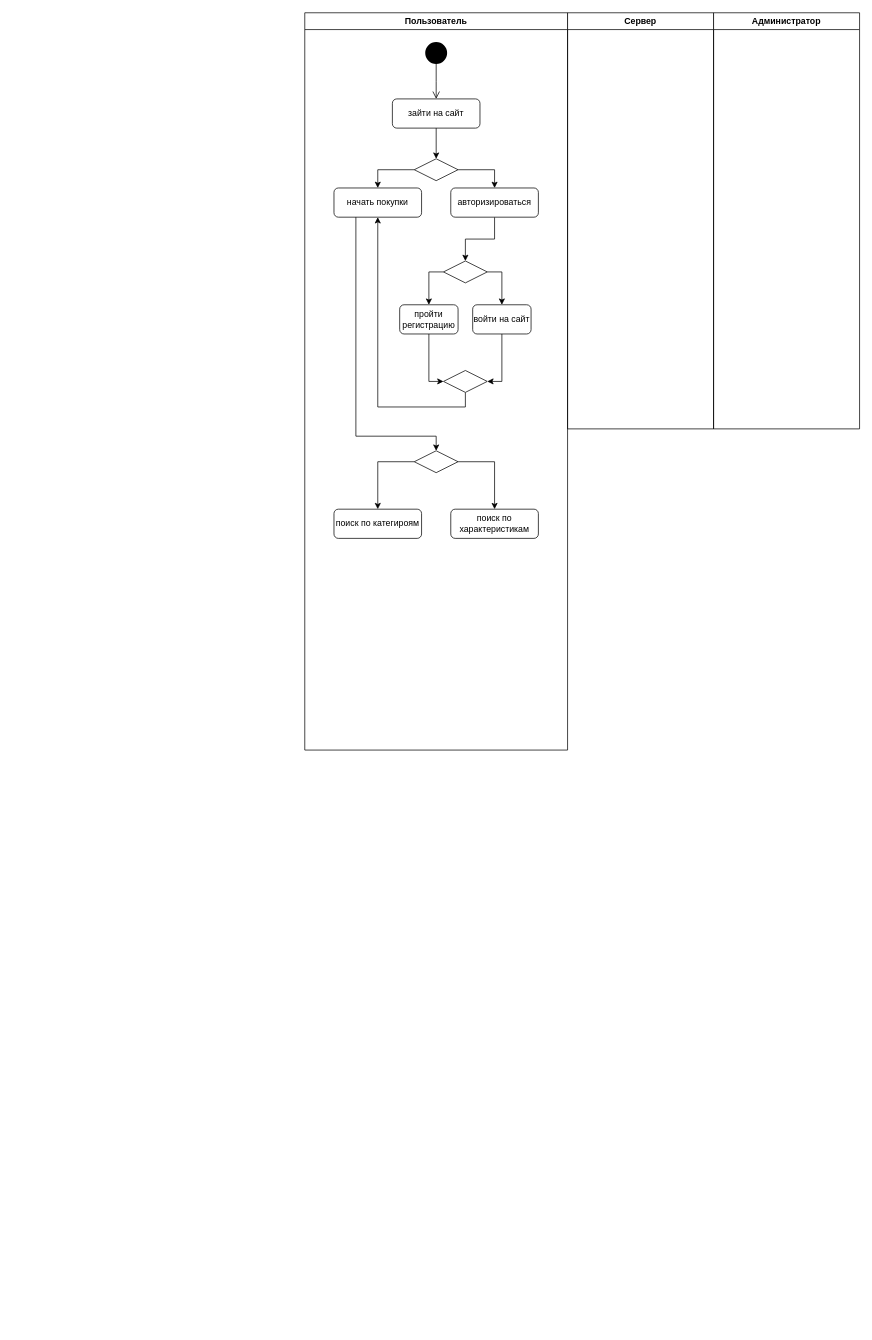
The draw.io diagram activity.drawio in randomunrandom/MSS, before the edit. Source tidied: cells renumbered, new cells numbered last; positions are measured from the earlier drawing's top-left corner, leaving out a move shared by most shapes. Both pictures are drawn from the tidied source at 73%, with x=0, y=0 at pixel (304, 12).
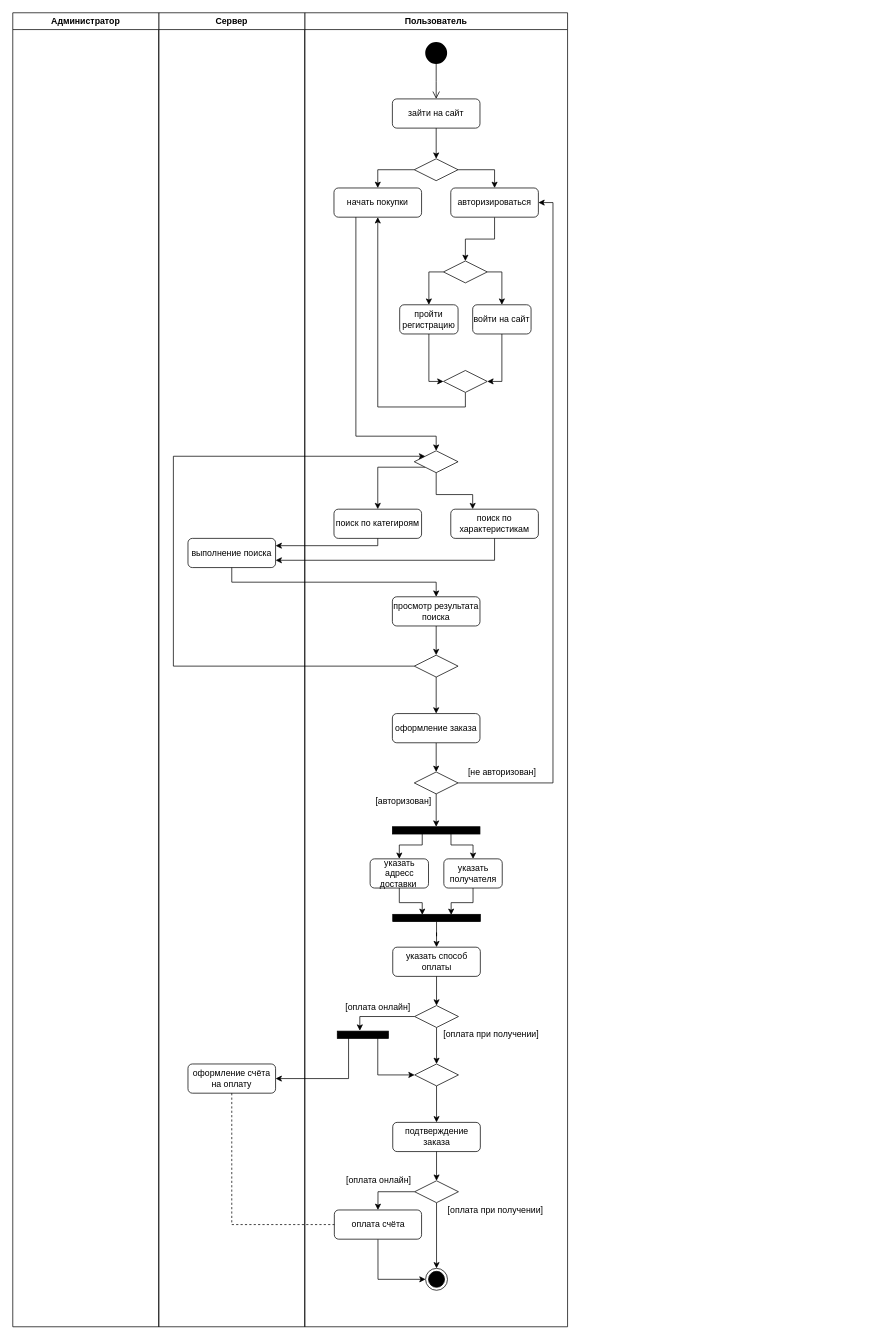
The same page after the edit.

Unchanged cells that the change refers to:
```xml
<mxCell id="11" value="авторизироваться" style="rounded=1;whiteSpace=wrap;html=1;fontFamily=Helvetica;fontSize=12;fontColor=#000000;align=center;strokeColor=#000000;fillColor=#ffffff;" parent="2" vertex="1">
  <mxGeometry x="200" y="240" width="120" height="40" as="geometry" />
</mxCell>
<mxCell id="23" style="rhombus;whiteSpace=wrap;html=1;strokeColor=#000000;strokeWidth=1;fillColor=#FFFFFF;" parent="2" vertex="1">
  <mxGeometry x="150" y="600" width="60" height="30" as="geometry" />
</mxCell>
<mxCell id="25" value="поиск по категироям" style="rounded=1;whiteSpace=wrap;html=1;fontFamily=Helvetica;fontSize=12;fontColor=#000000;align=center;strokeColor=#000000;fillColor=#ffffff;" parent="2" vertex="1">
  <mxGeometry x="40" y="680" width="120" height="40" as="geometry" />
</mxCell>
<mxCell id="26" value="поиск по&lt;br&gt;характеристикам" style="rounded=1;whiteSpace=wrap;html=1;fontFamily=Helvetica;fontSize=12;fontColor=#000000;align=center;strokeColor=#000000;fillColor=#ffffff;" parent="2" vertex="1">
  <mxGeometry x="200" y="680" width="120" height="40" as="geometry" />
</mxCell>
```

Diff of the diagram source:
```diff
@@
     <mxCell id="2" value="Пользователь" style="swimlane;whiteSpace=wrap;" parent="1" vertex="1">
-      <mxGeometry width="360" height="1010" as="geometry" />
+      <mxGeometry width="360" height="1800" as="geometry" />
     </mxCell>
@@
-    <mxCell id="21" style="edgeStyle=orthogonalEdgeStyle;rounded=0;jettySize=auto;html=1;exitX=1;exitY=0.5;exitDx=0;exitDy=0;entryX=0.5;entryY=0;entryDx=0;entryDy=0;strokeColor=#000000;" parent="2" edge="1" source="23" target="26">
-      <mxGeometry relative="1" as="geometry" />
+    <mxCell id="21" style="edgeStyle=orthogonalEdgeStyle;rounded=0;jettySize=auto;html=1;exitX=0.5;exitY=1;exitDx=0;exitDy=0;entryX=0.25;entryY=0;entryDx=0;entryDy=0;strokeColor=#000000;" parent="2" edge="1" source="23" target="26">
+      <mxGeometry relative="1" as="geometry">
+        <Array as="points">
+          <mxPoint x="180" y="660" />
+          <mxPoint x="230" y="660" />
+        </Array>
+      </mxGeometry>
     </mxCell>
-    <mxCell id="22" style="edgeStyle=orthogonalEdgeStyle;rounded=0;jettySize=auto;html=1;exitX=0;exitY=0.5;exitDx=0;exitDy=0;entryX=0.5;entryY=0;entryDx=0;entryDy=0;strokeColor=#000000;" parent="2" edge="1" source="23" target="25">
-      <mxGeometry relative="1" as="geometry" />
+    <mxCell id="22" style="edgeStyle=orthogonalEdgeStyle;rounded=0;jettySize=auto;html=1;exitX=0;exitY=1;exitDx=0;exitDy=0;entryX=0.5;entryY=0;entryDx=0;entryDy=0;strokeColor=#000000;" parent="2" edge="1" source="23" target="25">
+      <mxGeometry relative="1" as="geometry">
+        <Array as="points">
+          <mxPoint x="100" y="623" />
+        </Array>
+      </mxGeometry>
     </mxCell>
@@
+    <mxCell id="30" style="edgeStyle=orthogonalEdgeStyle;rounded=0;jettySize=auto;html=1;strokeColor=#000000;entryX=0.5;entryY=0;entryDx=0;entryDy=0;" parent="2" edge="1" source="31" target="33">
+      <mxGeometry relative="1" as="geometry" />
+    </mxCell>
+    <mxCell id="31" value="просмотр результата поиска" style="rounded=1;whiteSpace=wrap;html=1;fontFamily=Helvetica;fontSize=12;fontColor=#000000;align=center;strokeColor=#000000;fillColor=#ffffff;" parent="2" vertex="1">
+      <mxGeometry x="120" y="800" width="120" height="40" as="geometry" />
+    </mxCell>
+    <mxCell id="32" style="edgeStyle=orthogonalEdgeStyle;rounded=0;jettySize=auto;html=1;exitX=0;exitY=0.5;exitDx=0;exitDy=0;entryX=0;entryY=0;entryDx=0;entryDy=0;strokeColor=#000000;" parent="2" edge="1" source="33" target="23">
+      <mxGeometry relative="1" as="geometry">
+        <Array as="points">
+          <mxPoint x="-180" y="895" />
+          <mxPoint x="-180" y="608" />
+        </Array>
+      </mxGeometry>
+    </mxCell>
+    <mxCell id="33" style="rhombus;whiteSpace=wrap;html=1;strokeColor=#000000;strokeWidth=1;fillColor=#FFFFFF;" parent="2" vertex="1">
+      <mxGeometry x="150" y="880" width="60" height="30" as="geometry" />
+    </mxCell>
+    <mxCell id="34" style="edgeStyle=orthogonalEdgeStyle;rounded=0;jettySize=auto;html=1;strokeColor=#000000;exitX=0.5;exitY=1;exitDx=0;exitDy=0;" parent="2" edge="1" source="48" target="38">
+      <mxGeometry relative="1" as="geometry" />
+    </mxCell>
+    <mxCell id="35" style="edgeStyle=orthogonalEdgeStyle;rounded=0;jettySize=auto;html=1;exitX=0.5;exitY=1;exitDx=0;exitDy=0;entryX=0.5;entryY=0;entryDx=0;entryDy=0;strokeColor=#000000;" parent="2" edge="1" source="36" target="48">
+      <mxGeometry relative="1" as="geometry" />
+    </mxCell>
+    <mxCell id="36" value="оформление заказа" style="rounded=1;whiteSpace=wrap;html=1;fontFamily=Helvetica;fontSize=12;fontColor=#000000;align=center;strokeColor=#000000;fillColor=#ffffff;" parent="2" vertex="1">
+      <mxGeometry x="120" y="960" width="120" height="40" as="geometry" />
+    </mxCell>
+    <mxCell id="37" style="edgeStyle=orthogonalEdgeStyle;rounded=0;jettySize=auto;html=1;strokeColor=#000000;" parent="2" edge="1" source="33" target="36">
+      <mxGeometry relative="1" as="geometry" />
+    </mxCell>
+    <mxCell id="38" style="html=1;points=[];perimeter=orthogonalPerimeter;strokeColor=#000000;strokeWidth=1;fillColor=#000000;rotation=90;" parent="2" vertex="1">
+      <mxGeometry x="175" y="1060" width="10" height="120" as="geometry" />
+    </mxCell>
+    <mxCell id="39" style="edgeStyle=orthogonalEdgeStyle;rounded=0;jettySize=auto;html=1;strokeColor=#000000;entryX=0.5;entryY=0;entryDx=0;entryDy=0;" parent="2" edge="1" source="47" target="40">
+      <mxGeometry relative="1" as="geometry" />
+    </mxCell>
+    <mxCell id="40" value="указать способ оплаты" style="rounded=1;whiteSpace=wrap;html=1;fontFamily=Helvetica;fontSize=12;fontColor=#000000;align=center;strokeColor=#000000;fillColor=#ffffff;" parent="2" vertex="1">
+      <mxGeometry x="120.5" y="1280" width="120" height="40" as="geometry" />
+    </mxCell>
+    <mxCell id="41" style="edgeStyle=orthogonalEdgeStyle;rounded=0;jettySize=auto;html=1;exitX=0.5;exitY=1;exitDx=0;exitDy=0;entryX=0.08;entryY=0.663;entryDx=0;entryDy=0;entryPerimeter=0;strokeColor=#000000;" parent="2" edge="1" source="42" target="47">
+      <mxGeometry relative="1" as="geometry" />
+    </mxCell>
+    <mxCell id="42" value="указать адресс доставки&amp;nbsp;" style="rounded=1;whiteSpace=wrap;html=1;fontFamily=Helvetica;fontSize=12;fontColor=#000000;align=center;strokeColor=#000000;fillColor=#ffffff;" parent="2" vertex="1">
+      <mxGeometry x="89.5" y="1159" width="80" height="40" as="geometry" />
+    </mxCell>
+    <mxCell id="43" style="edgeStyle=orthogonalEdgeStyle;rounded=0;jettySize=auto;html=1;exitX=0.5;exitY=1;exitDx=0;exitDy=0;strokeColor=#000000;entryX=0.08;entryY=0.333;entryDx=0;entryDy=0;entryPerimeter=0;" parent="2" edge="1" source="44" target="47">
+      <mxGeometry relative="1" as="geometry" />
+    </mxCell>
+    <mxCell id="44" value="указать получателя" style="rounded=1;whiteSpace=wrap;html=1;fontFamily=Helvetica;fontSize=12;fontColor=#000000;align=center;strokeColor=#000000;fillColor=#ffffff;" parent="2" vertex="1">
+      <mxGeometry x="190.5" y="1159" width="80" height="40" as="geometry" />
+    </mxCell>
+    <mxCell id="45" style="edgeStyle=orthogonalEdgeStyle;rounded=0;jettySize=auto;html=1;exitX=0.838;exitY=0.659;exitDx=0;exitDy=0;strokeColor=#000000;entryX=0.5;entryY=0;entryDx=0;entryDy=0;exitPerimeter=0;" parent="2" edge="1" source="38" target="42">
+      <mxGeometry relative="1" as="geometry">
+        <Array as="points">
+          <mxPoint x="161.5" y="1140" />
+          <mxPoint x="129.5" y="1140" />
+        </Array>
+      </mxGeometry>
+    </mxCell>
+    <mxCell id="46" style="edgeStyle=orthogonalEdgeStyle;rounded=0;jettySize=auto;html=1;exitX=0.941;exitY=0.331;exitDx=0;exitDy=0;strokeColor=#000000;entryX=0.5;entryY=0;entryDx=0;entryDy=0;exitPerimeter=0;" parent="2" edge="1" source="38" target="44">
+      <mxGeometry relative="1" as="geometry">
+        <Array as="points">
+          <mxPoint x="200.5" y="1140" />
+          <mxPoint x="230.5" y="1140" />
+        </Array>
+      </mxGeometry>
+    </mxCell>
+    <mxCell id="47" style="html=1;points=[];perimeter=orthogonalPerimeter;strokeColor=#000000;strokeWidth=1;fillColor=#000000;rotation=90;" parent="2" vertex="1">
+      <mxGeometry x="175.5" y="1180" width="10" height="120" as="geometry" />
+    </mxCell>
+    <mxCell id="48" style="rhombus;whiteSpace=wrap;html=1;strokeColor=#000000;strokeWidth=1;fillColor=#FFFFFF;" parent="2" vertex="1">
+      <mxGeometry x="150" y="1040" width="60" height="30" as="geometry" />
+    </mxCell>
+    <mxCell id="49" style="edgeStyle=orthogonalEdgeStyle;rounded=0;jettySize=auto;html=1;exitX=1;exitY=0.5;exitDx=0;exitDy=0;strokeColor=#000000;entryX=1;entryY=0.5;entryDx=0;entryDy=0;" parent="2" edge="1" source="48" target="11">
+      <mxGeometry relative="1" as="geometry" />
+    </mxCell>
+    <mxCell id="50" value="[не авторизован]" style="text;html=1;align=center;verticalAlign=middle;" parent="2" vertex="1">
+      <mxGeometry x="215" y="1030" width="110" height="20" as="geometry" />
+    </mxCell>
+    <mxCell id="51" value="[авторизован]" style="text;html=1;align=center;verticalAlign=middle;" parent="2" vertex="1">
+      <mxGeometry x="89.5" y="1070" width="90" height="20" as="geometry" />
+    </mxCell>
+    <mxCell id="52" value="[оплата онлайн]" style="text;html=1;align=center;verticalAlign=middle;" parent="2" vertex="1">
+      <mxGeometry x="50" y="1352" width="100" height="20" as="geometry" />
+    </mxCell>
+    <mxCell id="53" value="[оплата при получении]" style="text;html=1;align=center;verticalAlign=middle;" parent="2" vertex="1">
+      <mxGeometry x="179.5" y="1390" width="150" height="20" as="geometry" />
+    </mxCell>
+    <mxCell id="54" style="edgeStyle=orthogonalEdgeStyle;rounded=0;jettySize=auto;html=1;strokeColor=#000000;entryX=0;entryY=0.5;entryDx=0;entryDy=0;" parent="2" edge="1" source="55" target="58">
+      <mxGeometry relative="1" as="geometry">
+        <Array as="points">
+          <mxPoint x="100" y="1400" />
+          <mxPoint x="100" y="1455" />
+        </Array>
+      </mxGeometry>
+    </mxCell>
+    <mxCell id="55" style="html=1;points=[];perimeter=orthogonalPerimeter;strokeColor=#000000;strokeWidth=1;fillColor=#000000;rotation=90;" parent="2" vertex="1">
+      <mxGeometry x="74.5" y="1365" width="10" height="70" as="geometry" />
+    </mxCell>
+    <mxCell id="56" value="подтверждение заказа" style="rounded=1;whiteSpace=wrap;html=1;fontFamily=Helvetica;fontSize=12;fontColor=#000000;align=center;strokeColor=#000000;fillColor=#ffffff;" parent="2" vertex="1">
+      <mxGeometry x="120.5" y="1520" width="120" height="40" as="geometry" />
+    </mxCell>
+    <mxCell id="57" style="edgeStyle=orthogonalEdgeStyle;rounded=0;jettySize=auto;html=1;exitX=0.5;exitY=1;exitDx=0;exitDy=0;entryX=0.5;entryY=0;entryDx=0;entryDy=0;strokeColor=#000000;" parent="2" edge="1" source="58" target="56">
+      <mxGeometry relative="1" as="geometry" />
+    </mxCell>
+    <mxCell id="58" style="rhombus;whiteSpace=wrap;html=1;strokeColor=#000000;strokeWidth=1;fillColor=#FFFFFF;" parent="2" vertex="1">
+      <mxGeometry x="150.5" y="1440" width="60" height="30" as="geometry" />
+    </mxCell>
+    <mxCell id="59" style="edgeStyle=orthogonalEdgeStyle;rounded=0;jettySize=auto;html=1;strokeColor=#000000;entryX=0.5;entryY=0;entryDx=0;entryDy=0;exitX=0;exitY=0.5;exitDx=0;exitDy=0;" parent="2" edge="1" source="61" target="66">
+      <mxGeometry relative="1" as="geometry" />
+    </mxCell>
+    <mxCell id="60" style="edgeStyle=orthogonalEdgeStyle;rounded=0;jettySize=auto;html=1;strokeColor=#000000;entryX=0.5;entryY=0;entryDx=0;entryDy=0;" parent="2" edge="1" source="61" target="67">
+      <mxGeometry relative="1" as="geometry" />
+    </mxCell>
+    <mxCell id="61" style="rhombus;whiteSpace=wrap;html=1;strokeColor=#000000;strokeWidth=1;fillColor=#FFFFFF;" parent="2" vertex="1">
+      <mxGeometry x="150.5" y="1600" width="60" height="30" as="geometry" />
+    </mxCell>
+    <mxCell id="62" style="edgeStyle=orthogonalEdgeStyle;rounded=0;jettySize=auto;html=1;strokeColor=#000000;entryX=0.5;entryY=0;entryDx=0;entryDy=0;exitX=0.5;exitY=1;exitDx=0;exitDy=0;" parent="2" edge="1" source="56" target="61">
+      <mxGeometry relative="1" as="geometry" />
+    </mxCell>
+    <mxCell id="63" value="[оплата при получении]" style="text;html=1;align=center;verticalAlign=middle;" parent="2" vertex="1">
+      <mxGeometry x="185.5" y="1630" width="150" height="20" as="geometry" />
+    </mxCell>
+    <mxCell id="64" value="[оплата онлайн]" style="text;html=1;align=center;verticalAlign=middle;" parent="2" vertex="1">
+      <mxGeometry x="50.5" y="1590" width="100" height="20" as="geometry" />
+    </mxCell>
+    <mxCell id="65" style="edgeStyle=orthogonalEdgeStyle;rounded=0;jettySize=auto;html=1;exitX=0.5;exitY=1;exitDx=0;exitDy=0;entryX=0;entryY=0.5;entryDx=0;entryDy=0;endArrow=classic;endFill=1;strokeColor=#000000;" parent="2" edge="1" source="66" target="67">
+      <mxGeometry relative="1" as="geometry" />
+    </mxCell>
+    <mxCell id="66" value="оплата счёта" style="rounded=1;whiteSpace=wrap;html=1;fontFamily=Helvetica;fontSize=12;fontColor=#000000;align=center;strokeColor=#000000;fillColor=#ffffff;" parent="2" vertex="1">
+      <mxGeometry x="40.5" y="1640" width="119.5" height="40" as="geometry" />
+    </mxCell>
+    <mxCell id="67" style="ellipse;html=1;shape=endState;fillColor=#000000;strokeColor=#000000;" parent="2" vertex="1">
+      <mxGeometry x="165.5" y="1720" width="30" height="30" as="geometry" />
+    </mxCell>
     <mxCell id="28" value="Сервер" style="swimlane;whiteSpace=wrap;" parent="1" vertex="1">
-      <mxGeometry x="360" width="200" height="570" as="geometry" />
+      <mxGeometry x="-200" width="200" height="1800" as="geometry" />
     </mxCell>
+    <mxCell id="68" value="выполнение поиска" style="rounded=1;whiteSpace=wrap;html=1;fontFamily=Helvetica;fontSize=12;fontColor=#000000;align=center;strokeColor=#000000;fillColor=#ffffff;" parent="28" vertex="1">
+      <mxGeometry x="40" y="720" width="120" height="40" as="geometry" />
+    </mxCell>
+    <mxCell id="69" value="оформление счёта на оплату" style="rounded=1;whiteSpace=wrap;html=1;fontFamily=Helvetica;fontSize=12;fontColor=#000000;align=center;strokeColor=#000000;fillColor=#ffffff;" parent="28" vertex="1">
+      <mxGeometry x="40" y="1440" width="120" height="40" as="geometry" />
+    </mxCell>
     <mxCell id="29" value="Администратор" style="swimlane;whiteSpace=wrap;" parent="1" vertex="1">
-      <mxGeometry x="560" width="200" height="570" as="geometry" />
+      <mxGeometry x="-400" width="200" height="1800" as="geometry" />
     </mxCell>
+    <mxCell id="70" style="edgeStyle=orthogonalEdgeStyle;rounded=0;jettySize=auto;html=1;exitX=0.5;exitY=1;exitDx=0;exitDy=0;strokeColor=#000000;entryX=1;entryY=0.25;entryDx=0;entryDy=0;" parent="1" edge="1" source="25" target="68">
+      <mxGeometry relative="1" as="geometry">
+        <Array as="points">
+          <mxPoint x="100" y="730" />
+        </Array>
+      </mxGeometry>
+    </mxCell>
+    <mxCell id="71" style="edgeStyle=orthogonalEdgeStyle;rounded=0;jettySize=auto;html=1;exitX=0.5;exitY=1;exitDx=0;exitDy=0;strokeColor=#000000;entryX=1;entryY=0.75;entryDx=0;entryDy=0;" parent="1" edge="1" source="26" target="68">
+      <mxGeometry relative="1" as="geometry" />
+    </mxCell>
+    <mxCell id="72" style="edgeStyle=orthogonalEdgeStyle;rounded=0;jettySize=auto;html=1;exitX=0.5;exitY=1;exitDx=0;exitDy=0;strokeColor=#000000;entryX=0.5;entryY=0;entryDx=0;entryDy=0;" parent="1" edge="1" source="68" target="31">
+      <mxGeometry relative="1" as="geometry" />
+    </mxCell>
+    <mxCell id="73" style="edgeStyle=orthogonalEdgeStyle;rounded=0;jettySize=auto;html=1;strokeColor=#000000;entryX=0.5;entryY=0;entryDx=0;entryDy=0;" parent="1" edge="1" source="75" target="58">
+      <mxGeometry relative="1" as="geometry" />
+    </mxCell>
+    <mxCell id="74" style="edgeStyle=orthogonalEdgeStyle;rounded=0;jettySize=auto;html=1;strokeColor=#000000;entryX=-0.059;entryY=0.558;entryDx=0;entryDy=0;entryPerimeter=0;" parent="1" edge="1" source="75" target="55">
+      <mxGeometry relative="1" as="geometry" />
+    </mxCell>
+    <mxCell id="75" style="rhombus;whiteSpace=wrap;html=1;strokeColor=#000000;strokeWidth=1;fillColor=#FFFFFF;" parent="1" vertex="1">
+      <mxGeometry x="150.5" y="1360" width="60" height="30" as="geometry" />
+    </mxCell>
+    <mxCell id="76" style="edgeStyle=orthogonalEdgeStyle;rounded=0;jettySize=auto;html=1;strokeColor=#000000;entryX=0.5;entryY=0;entryDx=0;entryDy=0;" parent="1" edge="1" source="40" target="75">
+      <mxGeometry relative="1" as="geometry" />
+    </mxCell>
+    <mxCell id="77" style="edgeStyle=orthogonalEdgeStyle;rounded=0;jettySize=auto;html=1;strokeColor=#000000;entryX=1;entryY=0.5;entryDx=0;entryDy=0;" parent="1" edge="1" source="55" target="69">
+      <mxGeometry relative="1" as="geometry">
+        <Array as="points">
+          <mxPoint x="60" y="1400" />
+          <mxPoint x="60" y="1460" />
+        </Array>
+      </mxGeometry>
+    </mxCell>
+    <mxCell id="78" style="edgeStyle=orthogonalEdgeStyle;rounded=0;jettySize=auto;html=1;exitX=0.5;exitY=1;exitDx=0;exitDy=0;entryX=0;entryY=0.5;entryDx=0;entryDy=0;strokeColor=#000000;dashed=1;endArrow=none;endFill=0;" parent="1" edge="1" source="69" target="66">
+      <mxGeometry relative="1" as="geometry" />
+    </mxCell>
```
